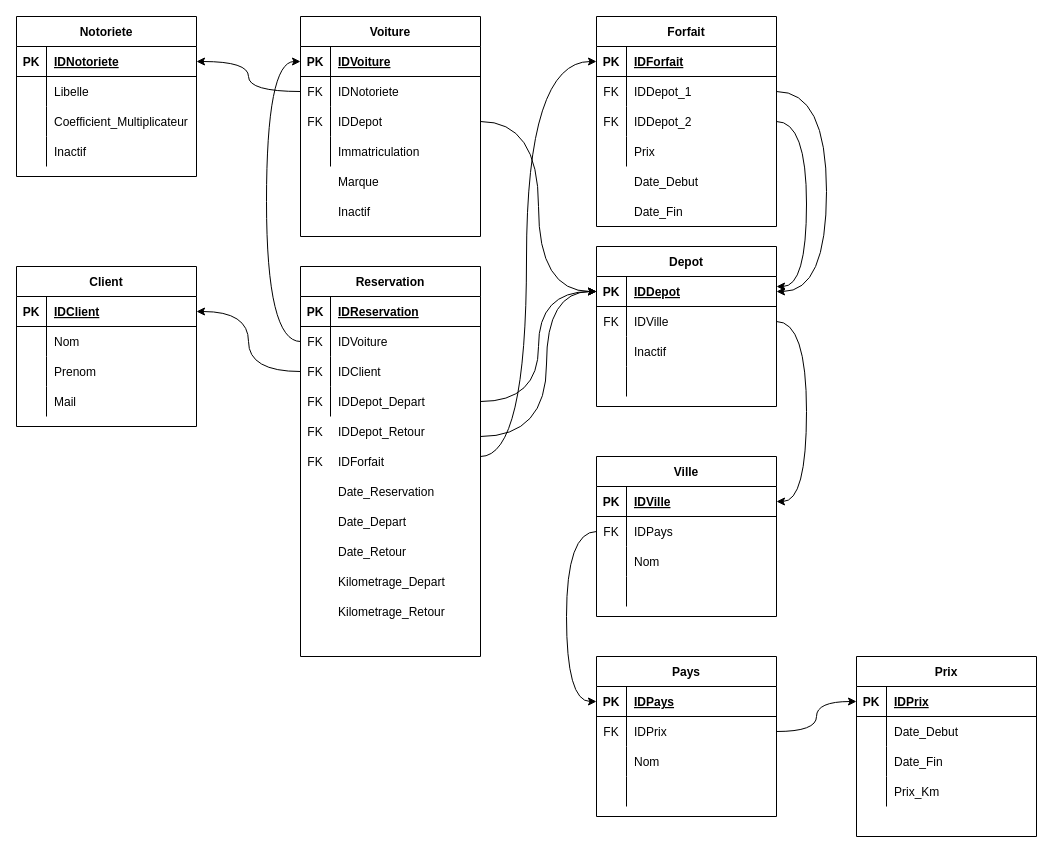
Earlier version of the draw.io diagram Projet_Schema-relationnel.drawio (Djounna/Projet_developpement_RentACar). Source tidied: cells renumbered, new cells numbered last; positions are measured from the earlier drawing's top-left corner, leaving out a move shared by most shapes. Both pictures are drawn from the tidied source at 100%, with x=0, y=0 at pixel (16, 16).
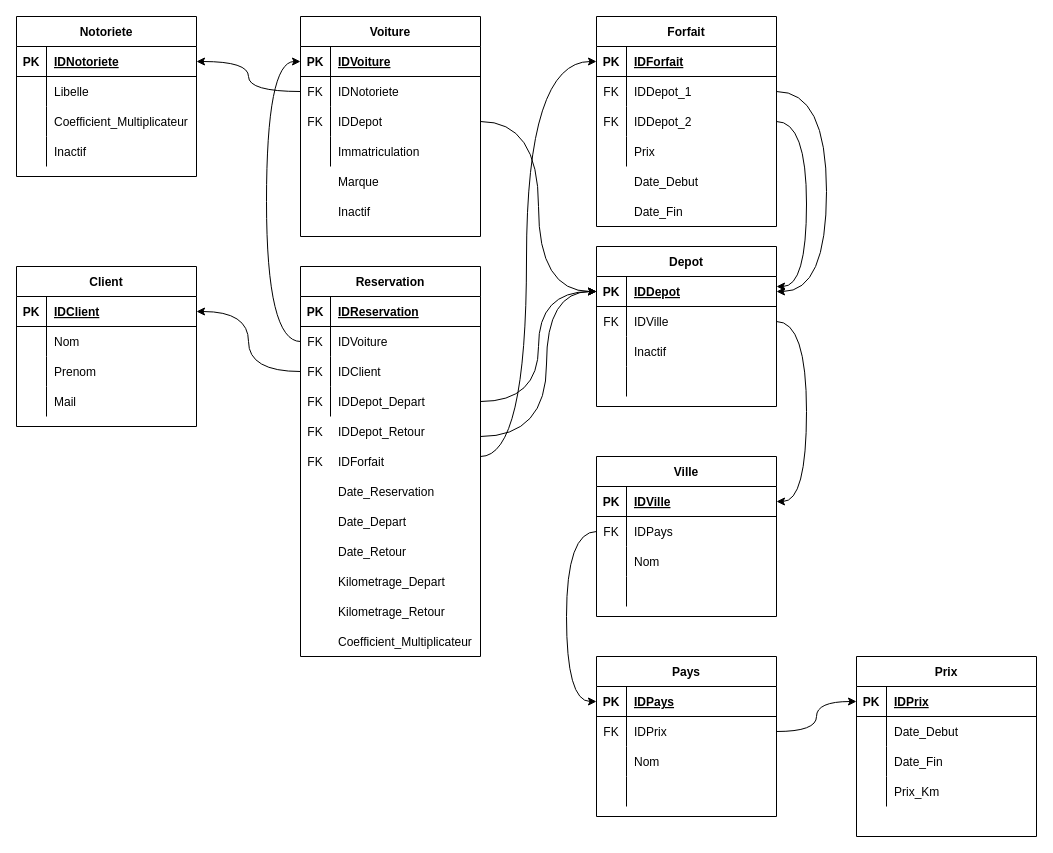
After the change.

Commit message:
changement réservation

Change to the diagram source:
```diff
@@
+    <mxCell id="147" value="Coefficient_Multiplicateur" style="shape=partialRectangle;fillColor=none;top=0;left=0;bottom=0;right=0;align=left;spacingLeft=6;overflow=hidden;" parent="1" vertex="1">
+      <mxGeometry x="314" y="610" width="150" height="30" as="geometry" />
+    </mxCell>
```
